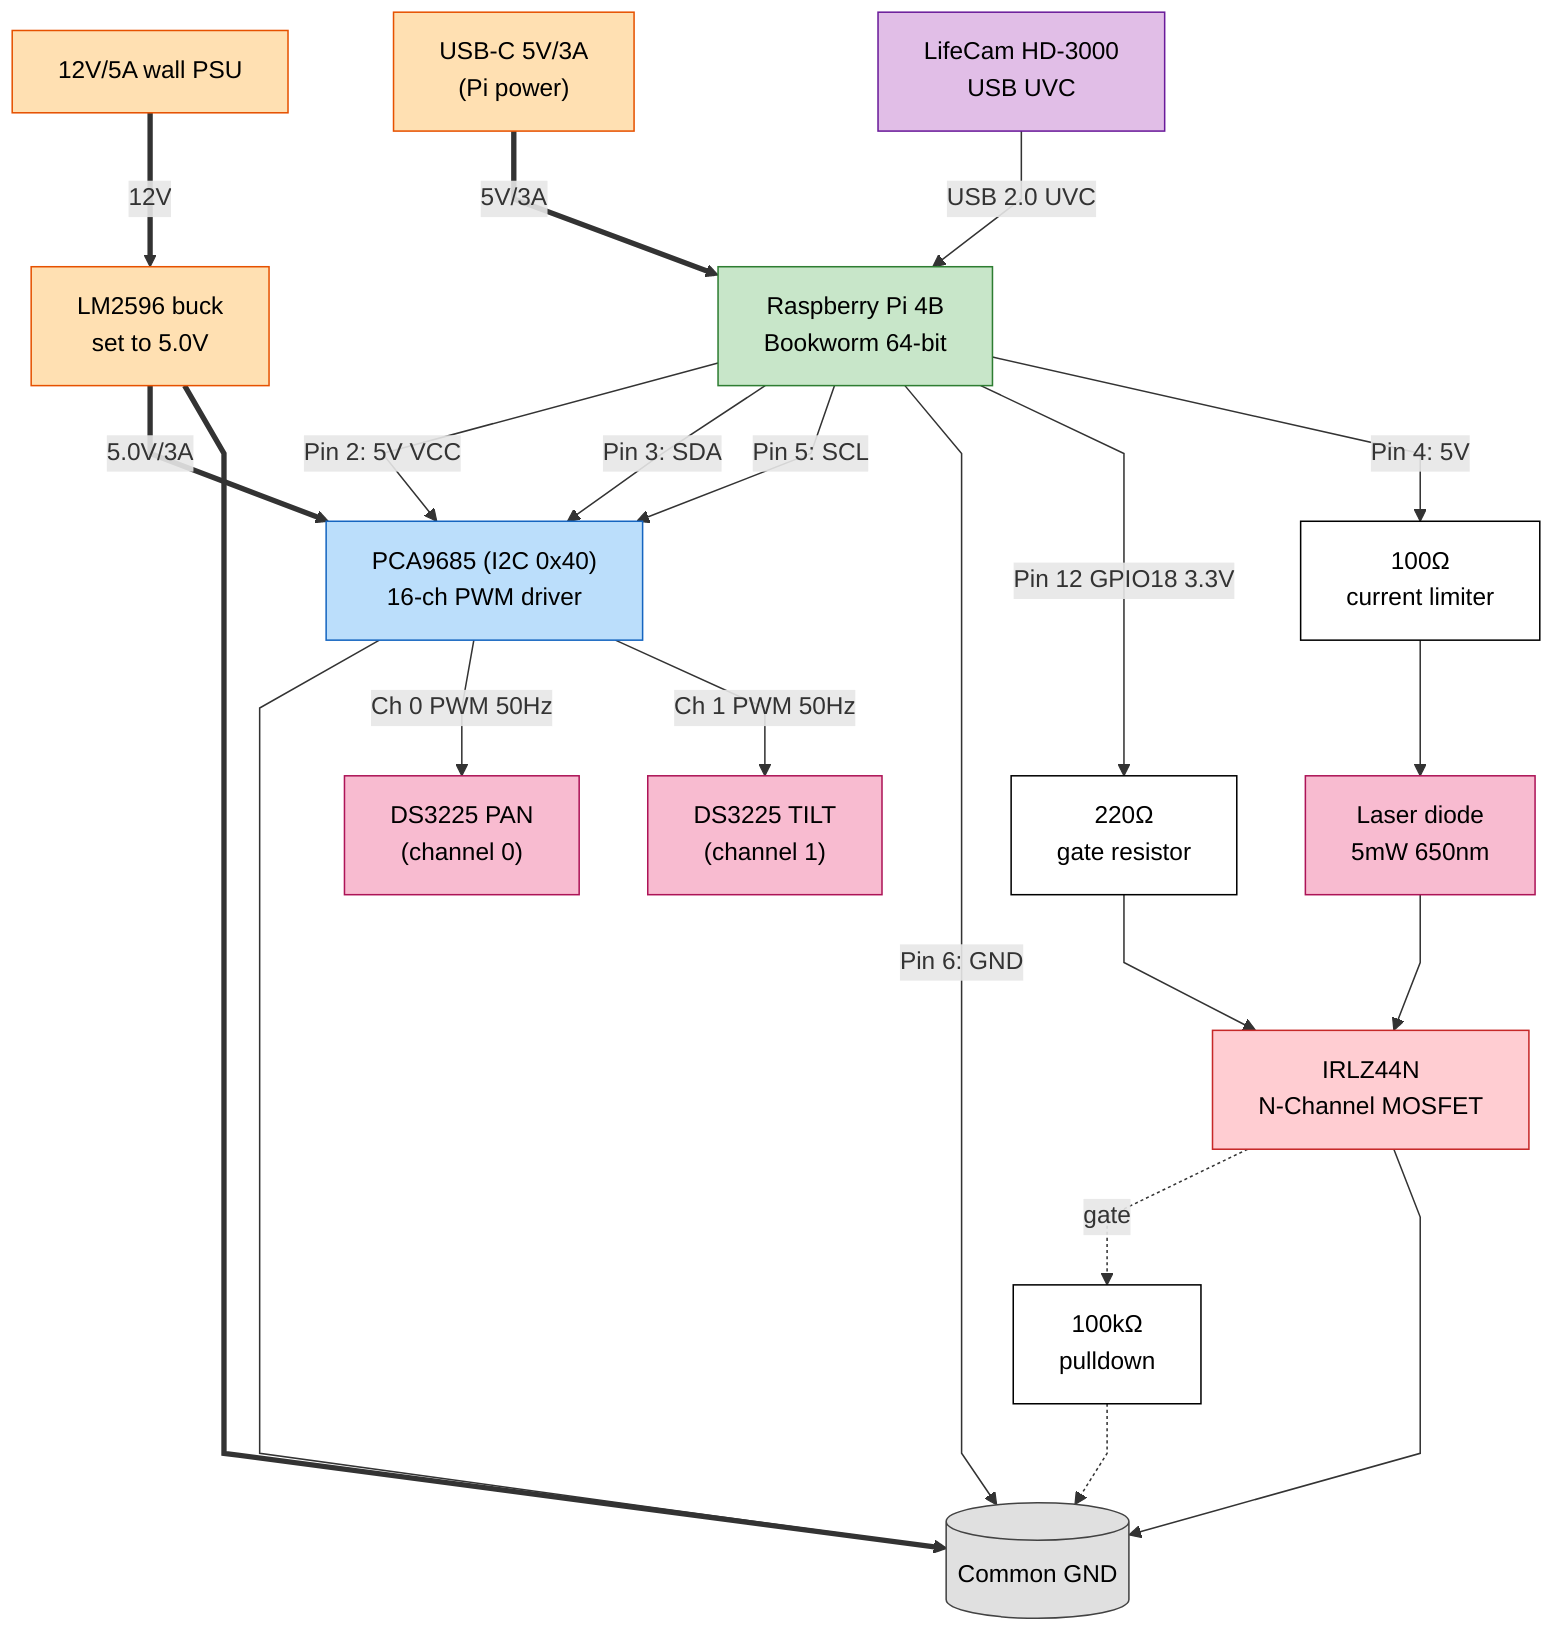
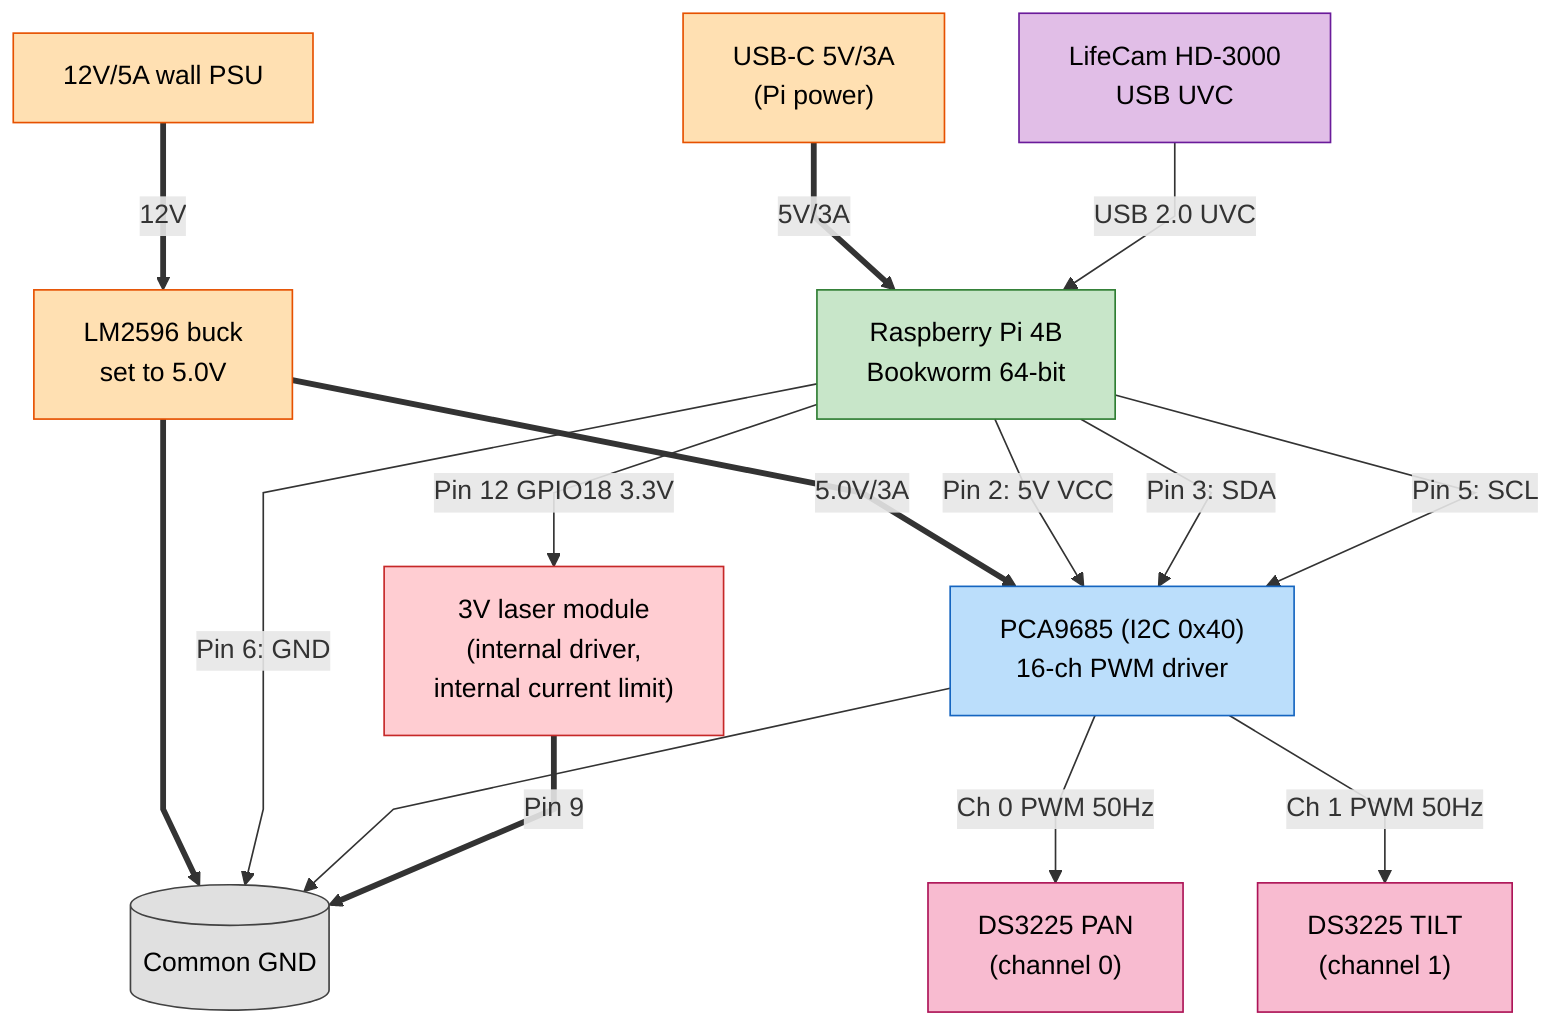
%%{init: {'flowchart': {'curve': 'linear', 'nodeSpacing': 45, 'rankSpacing': 65}}}%%
flowchart TB
    classDef power fill:#ffe0b2,stroke:#e65100,color:#000
    classDef pi fill:#c8e6c9,stroke:#2e7d32,color:#000
    classDef driver fill:#bbdefb,stroke:#1565c0,color:#000
    classDef actuator fill:#f8bbd0,stroke:#ad1457,color:#000
    classDef sensor fill:#e1bee7,stroke:#6a1b9a,color:#000
-     classDef mosfet fill:#ffcdd2,stroke:#c62828,color:#000
-     classDef res fill:#fff,stroke:#000,color:#000
+     classDef laser fill:#ffcdd2,stroke:#c62828,color:#000
    classDef gnd fill:#e0e0e0,stroke:#424242,color:#000

    PSU12["12V/5A wall PSU"]:::power
    LM2596["LM2596 buck<br/>set to 5.0V"]:::power
    USBC["USB-C 5V/3A<br/>(Pi power)"]:::power

    Pi["Raspberry Pi 4B<br/>Bookworm 64-bit"]:::pi
    PCA["PCA9685 (I2C 0x40)<br/>16-ch PWM driver"]:::driver

    PAN["DS3225 PAN<br/>(channel 0)"]:::actuator
    TILT["DS3225 TILT<br/>(channel 1)"]:::actuator

    CAM["LifeCam HD-3000<br/>USB UVC"]:::sensor

-     R220["220Ω<br/>gate resistor"]:::res
-     R100k["100kΩ<br/>pulldown"]:::res
-     R100["100Ω<br/>current limiter"]:::res
-     MOSFET["IRLZ44N<br/>N-Channel MOSFET"]:::mosfet
-     LASER["Laser diode<br/>5mW 650nm"]:::actuator
+     LASER["3V laser module<br/>(internal driver,<br/>internal current limit)"]:::laser

    GND[("Common GND")]:::gnd

    PSU12 ==>|12V| LM2596
    LM2596 ==>|5.0V/3A| PCA
    LM2596 ==> GND

    USBC ==>|5V/3A| Pi

    Pi -->|Pin 2: 5V VCC| PCA
    Pi -->|Pin 3: SDA| PCA
    Pi -->|Pin 5: SCL| PCA
    Pi -->|Pin 6: GND| GND
    PCA --> GND

    PCA -->|Ch 0 PWM 50Hz| PAN
    PCA -->|Ch 1 PWM 50Hz| TILT

    CAM -->|USB 2.0 UVC| Pi

-     Pi -->|Pin 12 GPIO18 3.3V| R220
-     R220 --> MOSFET
-     MOSFET -.->|gate| R100k
-     R100k -.-> GND
- 
-     Pi -->|Pin 4: 5V| R100
-     R100 --> LASER
-     LASER --> MOSFET
-     MOSFET --> GND
+     Pi -->|Pin 12 GPIO18 3.3V| LASER
+     LASER ==>|Pin 9| GND
